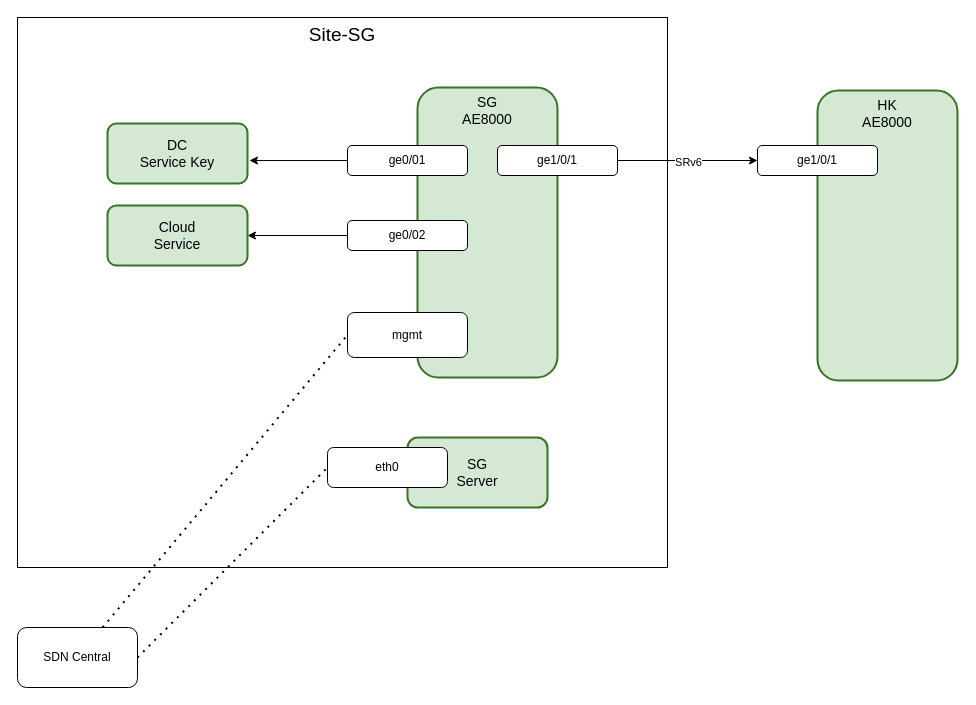
The draw.io diagram page "Overlayer-mgmt" (4 of 6) of arc.drawio in seansuming/ags-sdn-arc, before the edit. Source tidied: cells renumbered, new cells numbered last; positions are measured from the earlier drawing's top-left corner, leaving out a move shared by most shapes. Both pictures are drawn from the tidied source at 100%, with x=0, y=0 at pixel (17, 17).
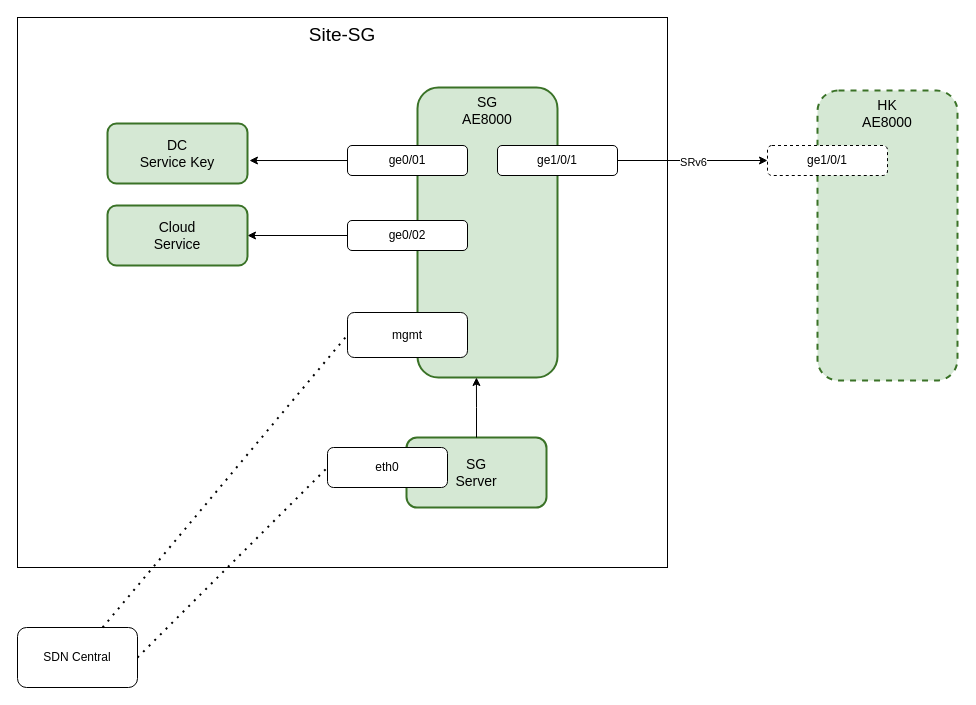
Above is the later version.

Unchanged cells that the change refers to:
```xml
<mxCell id="3" value="SG&lt;br&gt;AE8000" style="rounded=1;whiteSpace=wrap;html=1;fillColor=#d5e8d4;strokeColor=#3a7227;strokeWidth=2;fontSize=14;verticalAlign=top;" parent="1" vertex="1">
  <mxGeometry x="400" y="70" width="140" height="290" as="geometry" />
</mxCell>
```

Diff of the diagram source:
```diff
@@
-    <mxCell id="13" value="HK&lt;br&gt;AE8000" style="rounded=1;whiteSpace=wrap;html=1;fillColor=#d5e8d4;strokeColor=#3a7227;strokeWidth=2;fontSize=14;verticalAlign=top;" parent="1" vertex="1">
+    <mxCell id="13" value="HK&lt;br&gt;AE8000" style="rounded=1;whiteSpace=wrap;html=1;fillColor=#d5e8d4;strokeColor=#3a7227;strokeWidth=2;fontSize=14;verticalAlign=top;dashed=1;" parent="1" vertex="1">
       <mxGeometry x="800" y="73" width="140" height="290" as="geometry" />
     </mxCell>
-    <mxCell id="14" value="ge1/0/1" style="rounded=1;whiteSpace=wrap;html=1;" parent="1" vertex="1">
-      <mxGeometry x="740" y="128" width="120" height="30" as="geometry" />
+    <mxCell id="14" value="ge1/0/1" style="rounded=1;whiteSpace=wrap;html=1;dashed=1;" parent="1" vertex="1">
+      <mxGeometry x="750" y="128" width="120" height="30" as="geometry" />
     </mxCell>
@@
     <mxCell id="16" value="SG&lt;br&gt;Server" style="rounded=1;whiteSpace=wrap;html=1;fillColor=#d5e8d4;strokeColor=#3a7227;strokeWidth=2;fontSize=14;" parent="1" vertex="1">
-      <mxGeometry x="390" y="420" width="140" height="70" as="geometry" />
+      <mxGeometry x="389" y="420" width="140" height="70" as="geometry" />
     </mxCell>
@@
+    <mxCell id="21" style="edgeStyle=orthogonalEdgeStyle;rounded=0;jettySize=auto;html=1;entryX=0.421;entryY=1;entryDx=0;entryDy=0;entryPerimeter=0;" parent="1" edge="1" source="16" target="3">
+      <mxGeometry relative="1" as="geometry" />
+    </mxCell>
```
